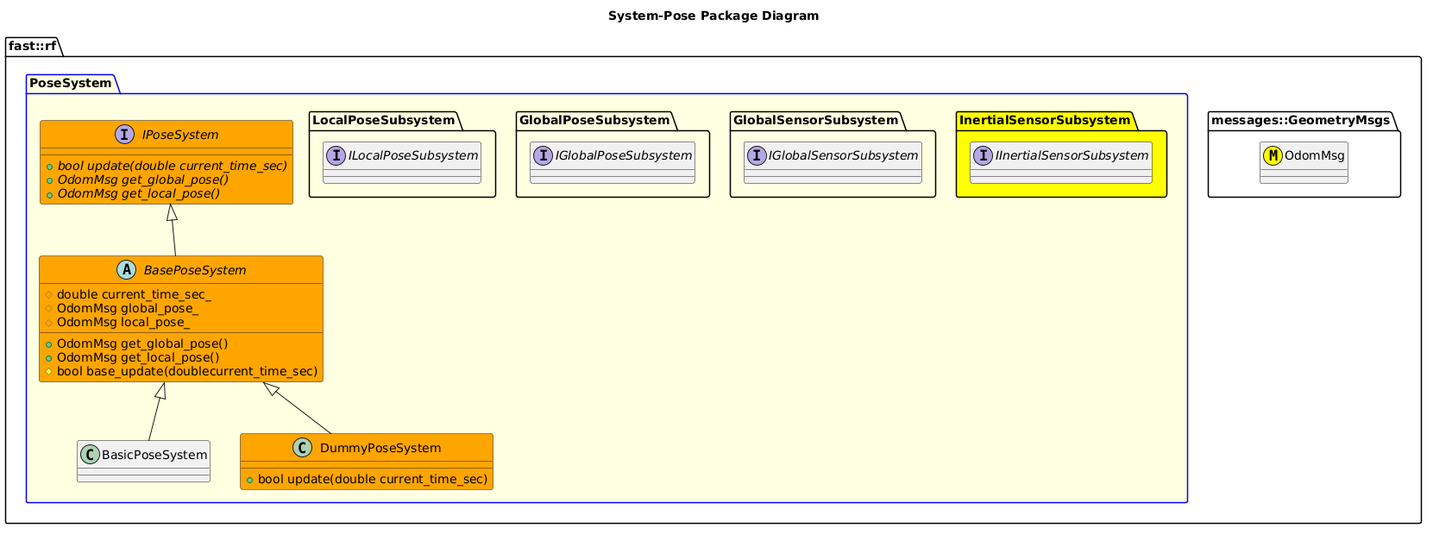
The PlantUML diagram Systems/Pose/doc/puml/SystemPosePackageDiagram.png in fastrobotics/robot_framework, before a commit.
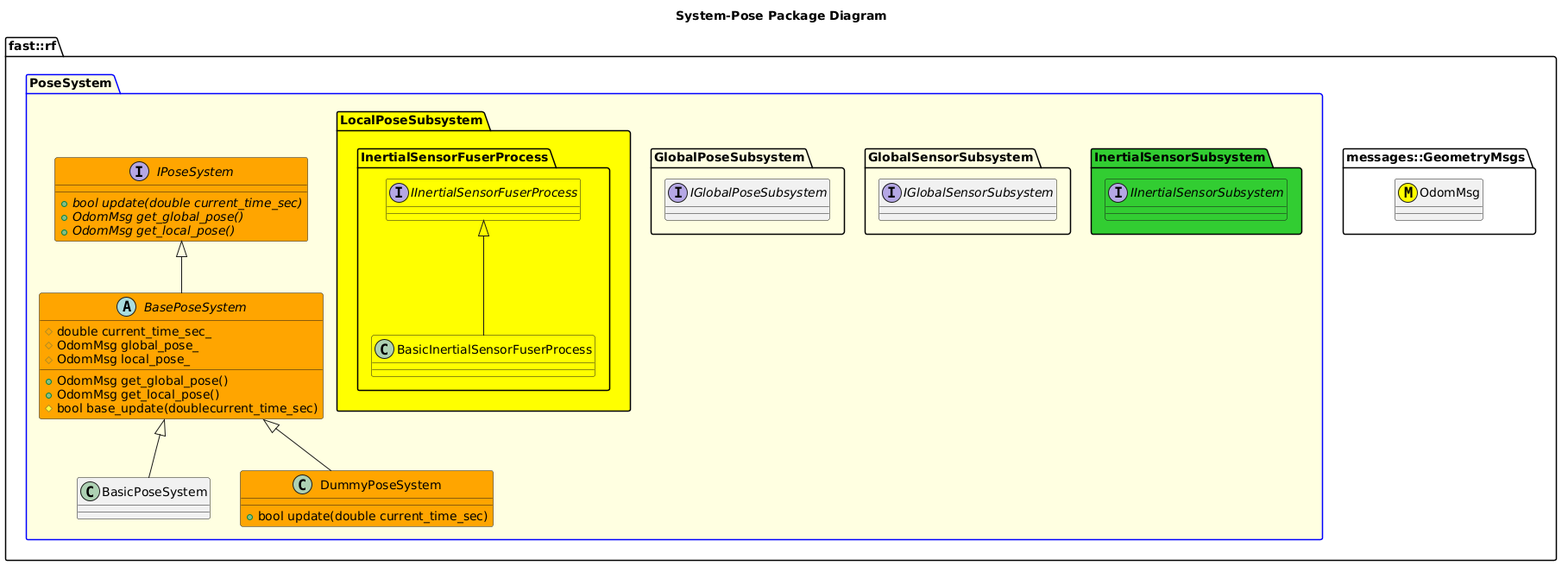
After the change.

Diff of the diagram source:
```diff
@@ -6,8 +6,8 @@
     class OdomMsg <<(M,#FFFF00) >>
   }
   package PoseSystem #LightYellow;line:blue {
-    namespace InertialSensorSubsystem #Yellow {
-      interface IInertialSensorSubsystem
+    namespace InertialSensorSubsystem #LimeGreen {
+      interface IInertialSensorSubsystem #LimeGreen
 
     }
     namespace GlobalSensorSubsystem {
@@ -16,8 +16,13 @@
     namespace GlobalPoseSubsystem {
       interface IGlobalPoseSubsystem
     }
-    namespace LocalPoseSubsystem {
-      interface ILocalPoseSubsystem
+    namespace LocalPoseSubsystem #Yellow {
+      namespace InertialSensorFuserProcess #Yellow {
+        interface IInertialSensorFuserProcess #Yellow {}
+        class BasicInertialSensorFuserProcess #Yellow {}
+        BasicInertialSensorFuserProcess -up-|> IInertialSensorFuserProcess
+
+      }
     }
 
     interface IPoseSystem #Orange {
```
